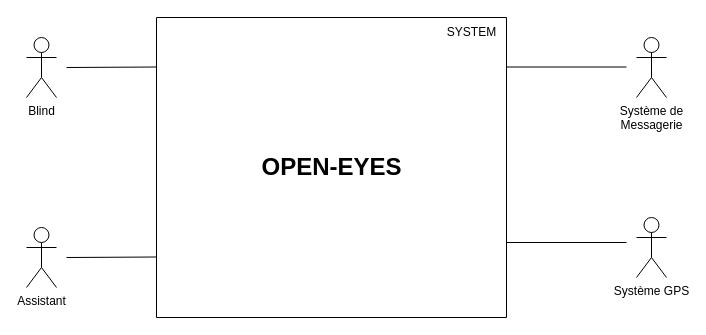
This is DIagrammes UML/1. Contexte.drawio from JerMa25/OPEN-EYES, a draw.io file, before an edit. Source tidied: cells renumbered, new cells numbered last; positions are measured from the earlier drawing's top-left corner, leaving out a move shared by most shapes. Both pictures are drawn from the tidied source at 100%, with x=0, y=0 at pixel (26, 17).
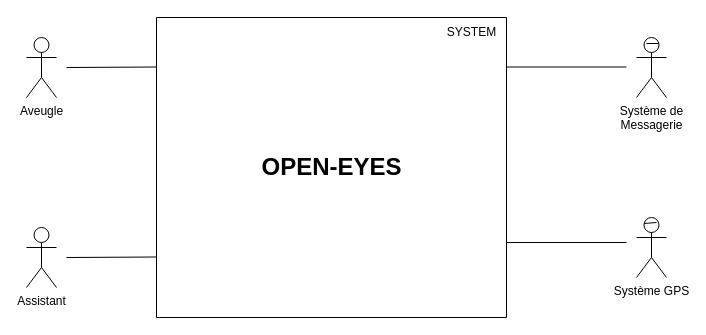
The same page after the edit.

What changed in the source:
```diff
@@
 <mxGraphModel>
   <root>
     <mxCell id="0" />
     <mxCell id="1" parent="0" />
     <mxCell id="2" style="swimlane;startSize=0;" parent="1" vertex="1">
       <mxGeometry x="130" width="350" height="300" as="geometry" />
     </mxCell>
     <mxCell id="3" value="&lt;b&gt;&lt;font style=&quot;font-size: 24px;&quot;&gt;OPEN-EYES&lt;/font&gt;&lt;/b&gt;" style="text;html=1;align=center;verticalAlign=middle;strokeColor=none;fillColor=none;" parent="2" vertex="1">
       <mxGeometry x="95" y="130" width="160" height="40" as="geometry" />
     </mxCell>
     <mxCell id="4" value="SYSTEM" style="text;html=1;align=center;verticalAlign=middle;strokeColor=none;fillColor=none;" parent="2" vertex="1">
       <mxGeometry x="280" width="70" height="30" as="geometry" />
     </mxCell>
     <mxCell id="5" value="Système GPS" style="shape=umlActor;verticalLabelPosition=bottom;verticalAlign=top;html=1;outlineConnect=0;" parent="1" vertex="1">
       <mxGeometry x="610" y="200" width="30" height="60" as="geometry" />
     </mxCell>
     <mxCell id="6" value="Système de&lt;div&gt;Messagerie&lt;/div&gt;" style="shape=umlActor;verticalLabelPosition=bottom;verticalAlign=top;html=1;outlineConnect=0;" parent="1" vertex="1">
       <mxGeometry x="610" y="20" width="30" height="60" as="geometry" />
     </mxCell>
     <mxCell id="7" value="Assistant" style="shape=umlActor;verticalLabelPosition=bottom;verticalAlign=top;html=1;" parent="1" vertex="1">
       <mxGeometry y="210" width="30" height="60" as="geometry" />
     </mxCell>
-    <mxCell id="8" value="Blind" style="shape=umlActor;verticalLabelPosition=bottom;verticalAlign=top;html=1;" parent="1" vertex="1">
+    <mxCell id="8" value="Aveugle" style="shape=umlActor;verticalLabelPosition=bottom;verticalAlign=top;html=1;" parent="1" vertex="1">
       <mxGeometry y="20" width="30" height="60" as="geometry" />
     </mxCell>
     <mxCell id="9" style="endArrow=none;html=1;rounded=0;exitX=1;exitY=0.75;exitDx=0;exitDy=0;" parent="1" edge="1" source="2">
       <mxGeometry relative="1" as="geometry">
         <mxPoint x="600" y="225" as="targetPoint" />
       </mxGeometry>
     </mxCell>
     <mxCell id="10" style="endArrow=none;html=1;rounded=0;exitX=1;exitY=0.75;exitDx=0;exitDy=0;" parent="1" edge="1">
       <mxGeometry relative="1" as="geometry">
         <mxPoint x="480" y="49.5" as="sourcePoint" />
         <mxPoint x="600" y="49.5" as="targetPoint" />
       </mxGeometry>
     </mxCell>
     <mxCell id="11" style="endArrow=none;html=1;rounded=0;" parent="1" edge="1">
       <mxGeometry relative="1" as="geometry">
         <mxPoint x="40" y="50" as="sourcePoint" />
         <mxPoint x="130" y="49.5" as="targetPoint" />
       </mxGeometry>
     </mxCell>
     <mxCell id="12" style="endArrow=none;html=1;rounded=0;" parent="1" edge="1">
       <mxGeometry relative="1" as="geometry">
         <mxPoint x="40" y="240" as="sourcePoint" />
         <mxPoint x="130" y="239.5" as="targetPoint" />
       </mxGeometry>
     </mxCell>
+    <mxCell id="13" style="endArrow=none;html=1;rounded=0;exitX=0.25;exitY=0.1;exitDx=0;exitDy=0;exitPerimeter=0;" parent="1" edge="1" source="5">
+      <mxGeometry relative="1" as="geometry">
+        <mxPoint x="630" y="205" as="targetPoint" />
+      </mxGeometry>
+    </mxCell>
+    <mxCell id="14" style="endArrow=none;html=1;rounded=0;entryX=0.75;entryY=0.1;entryDx=0;entryDy=0;entryPerimeter=0;" parent="1" edge="1" target="6">
+      <mxGeometry relative="1" as="geometry">
+        <mxPoint x="620" y="26" as="sourcePoint" />
+      </mxGeometry>
+    </mxCell>
   </root>
 </mxGraphModel>
```
